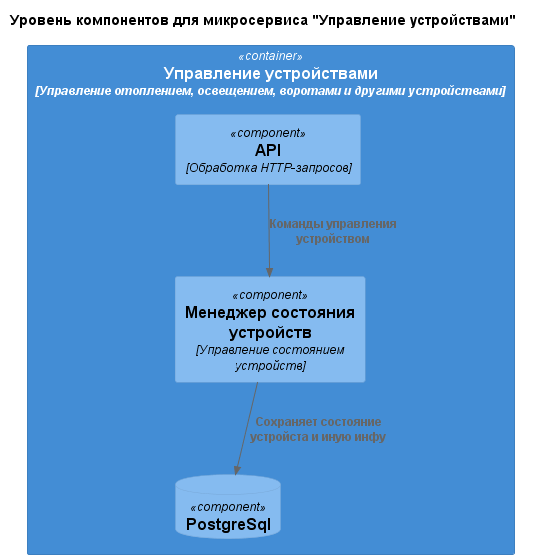
This is diagrams/device_management_component.png from sadam-agashirinov/architecture-sprint-3, a PlantUML export, as it was before one commit.
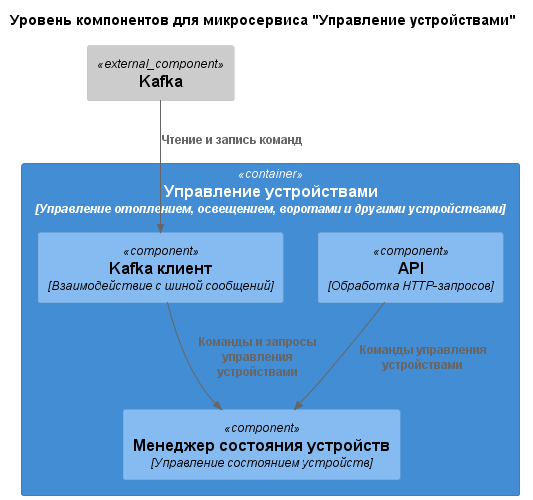
After the change.

Commit message:
feat: Задание 2. Проектирование микросервисной архитектуры: диаграмма компонента Управление устройствами

What changed in the source:
```diff
@@ -1,15 +1,20 @@
 @startuml device_management_component
 !include https://raw.githubusercontent.com/plantuml-stdlib/C4-PlantUML/master/C4_Component.puml
 
+skinparam wrapWidth 300
+
 title Уровень компонентов для микросервиса "Управление устройствами"
+
+Component_Ext(kafka, "Kafka")
 
 Container(device_management, "Управление устройствами", "Управление отоплением, освещением, воротами и другими устройствами") {
     Component(api, "API", "Обработка HTTP-запросов")
+    Component(kafka_client, "Kafka клиент", "Взаимодействие с шиной сообщений")
     Component(device_state_manager, "Менеджер состояния устройств", "Управление состоянием устройств")
-    ComponentDb(database, "PostgreSql", "")
 }
 
-Rel(api, device_state_manager, "Команды управления устройством")
-Rel(device_state_manager, database, "Сохраняет состояние устройста и иную инфу")
+Rel(api, device_state_manager, "Команды управления устройствами")
+Rel(kafka_client, device_state_manager, "Команды и запросы управления устройствами")
+Rel(kafka, kafka_client, "Чтение и запись команд")
 
 @enduml
```
